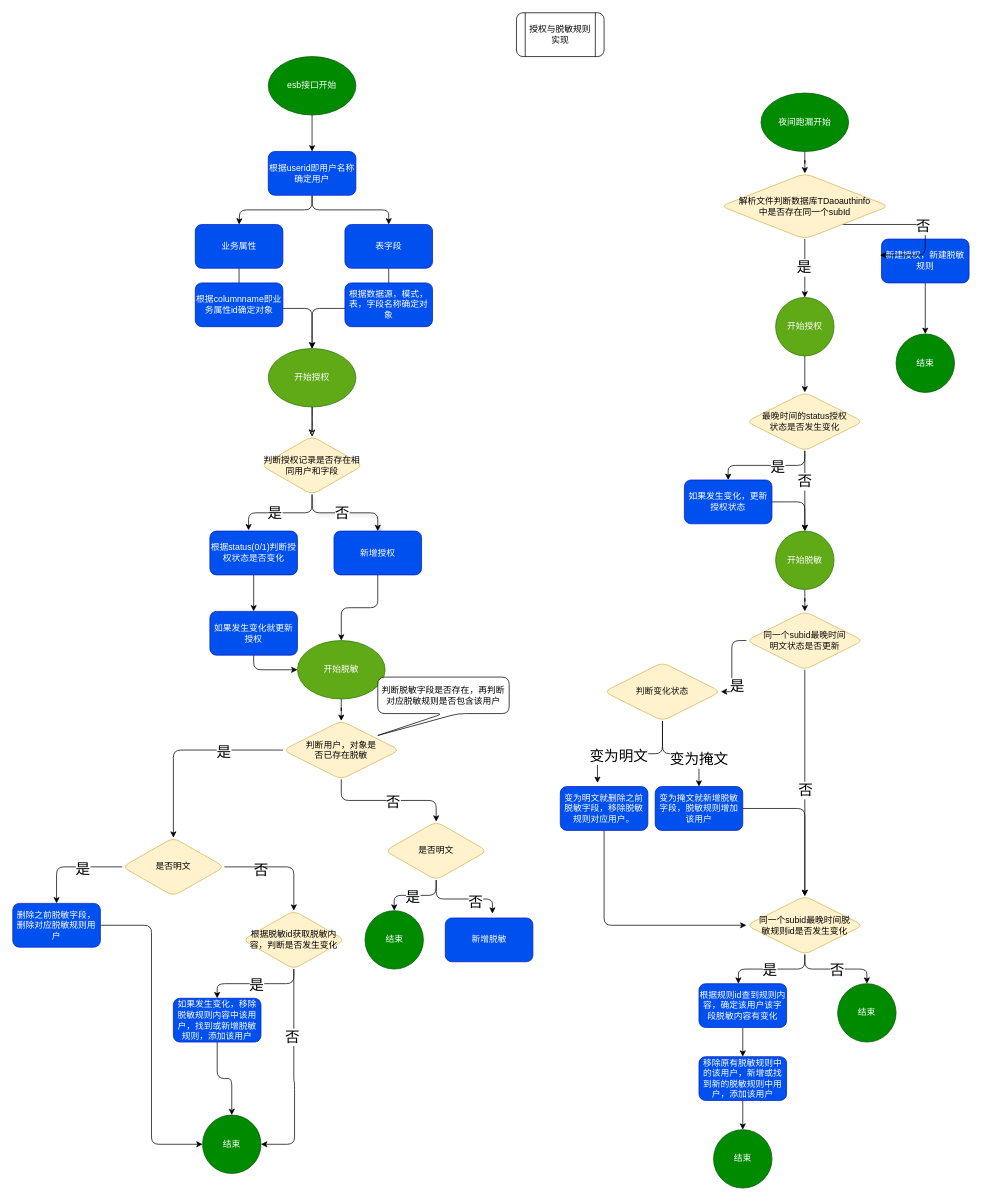
zp17762835004/e-commerce keeps this draw.io diagram as 未命名绘图.drawio. Above is the earlier version. Source tidied: cells renumbered, new cells numbered last; positions are measured from the earlier drawing's top-left corner, leaving out a move shared by most shapes. Both pictures are drawn from the tidied source at 73%, with x=0, y=0 at pixel (12, 12).
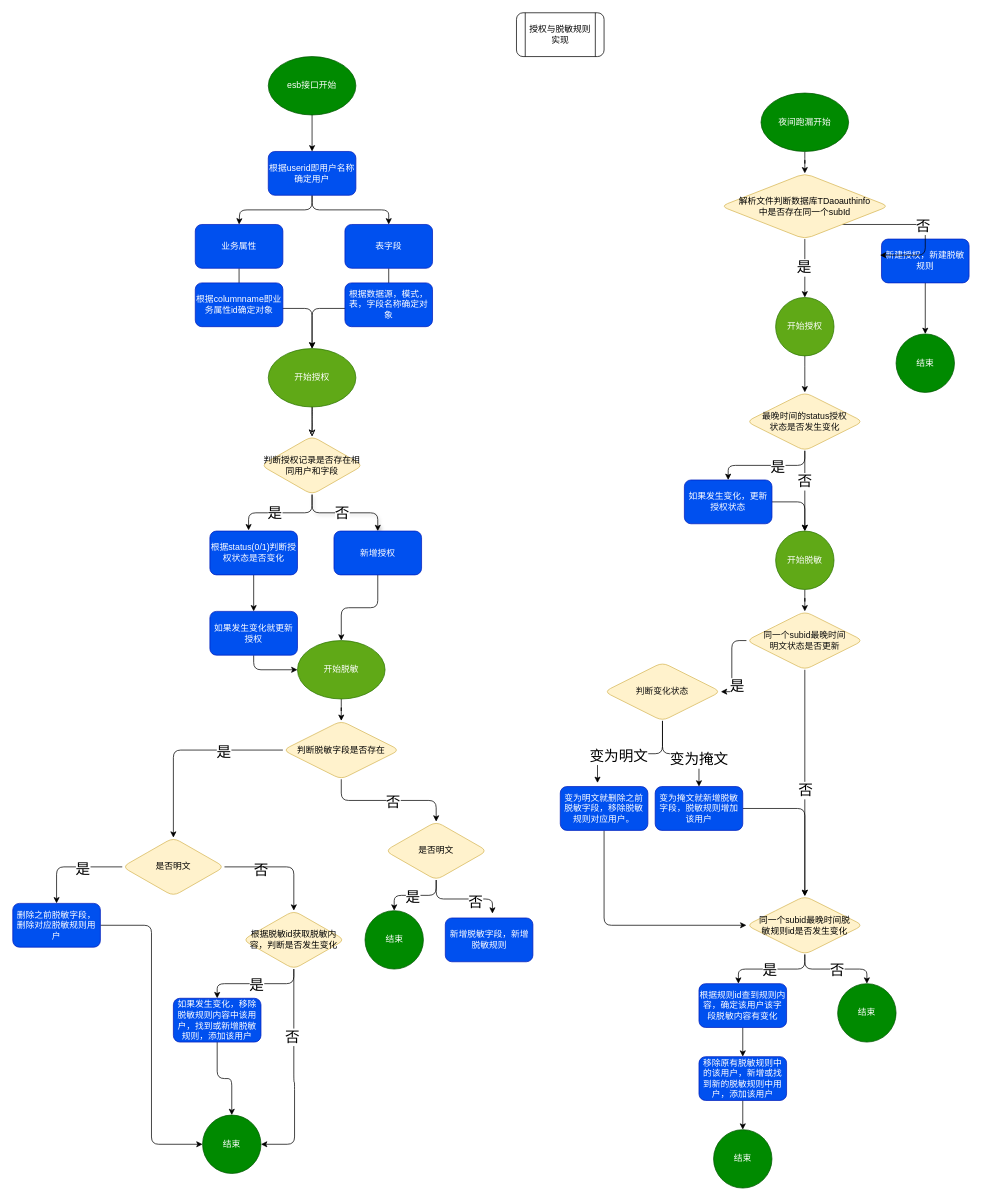
After the change.

Commit message:
更新未命名绘图.drawio

Change to the diagram source:
```diff
@@
-    <mxCell id="35" value="判断用户，对象是&lt;br&gt;否已存在脱敏" style="rhombus;whiteSpace=wrap;html=1;fillColor=#fff2cc;strokeColor=#d6b656;fontColor=#000000;rounded=1;" parent="1" vertex="1">
+    <mxCell id="35" value="判断脱敏字段是否存在" style="rhombus;whiteSpace=wrap;html=1;fillColor=#fff2cc;strokeColor=#d6b656;fontColor=#000000;rounded=1;" parent="1" vertex="1">
       <mxGeometry x="370" y="970" width="160" height="80" as="geometry" />
     </mxCell>
@@
-    <mxCell id="37" value="新增脱敏" style="rounded=1;whiteSpace=wrap;html=1;fillColor=#0050ef;fontColor=#ffffff;strokeColor=#001DBC;" parent="1" vertex="1">
+    <mxCell id="37" value="新增脱敏字段，新增脱敏规则" style="rounded=1;whiteSpace=wrap;html=1;fillColor=#0050ef;fontColor=#ffffff;strokeColor=#001DBC;" parent="1" vertex="1">
       <mxGeometry x="592.5" y="1240" width="120" height="60" as="geometry" />
     </mxCell>
@@
-    <mxCell id="57" value="判断脱敏字段是否存在，再判断对应脱敏规则是否包含该用户" style="shape=callout;whiteSpace=wrap;html=1;perimeter=calloutPerimeter;position2=0;rounded=1;" parent="1" vertex="1">
-      <mxGeometry x="500" y="910" width="180" height="80" as="geometry" />
-    </mxCell>
```
